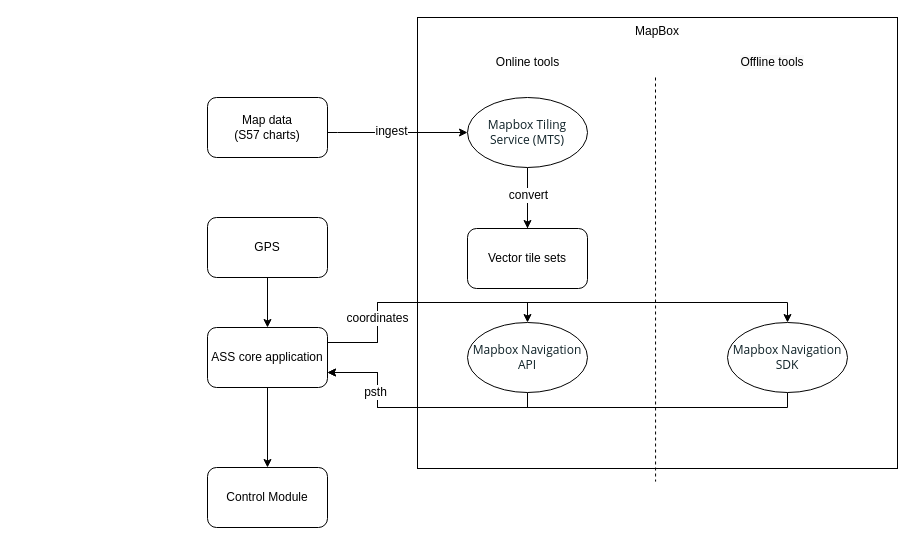
Before: page "Page-6" (6 of 6) of auto steering system design.drawio in Dawei-S/Da, a draw.io diagram. Source tidied: cells renumbered, new cells numbered last; positions are measured from the earlier drawing's top-left corner, leaving out a move shared by most shapes. Both pictures are drawn from the tidied source at 100%, with x=0, y=0 at pixel (207, 17).
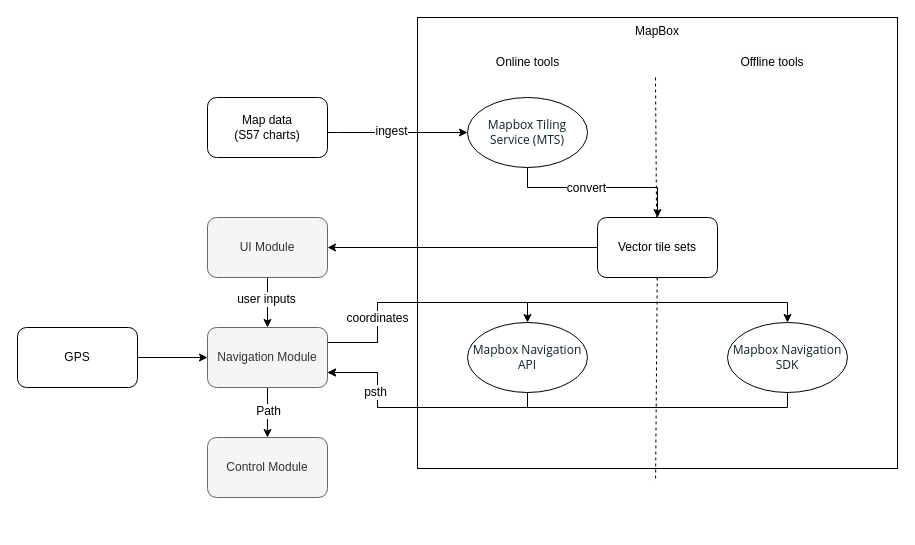
Above is the later version.

Unchanged cells that the change refers to:
```xml
<mxCell id="2" value="MapBox" style="rounded=0;whiteSpace=wrap;html=1;fontSize=12;verticalAlign=top;" parent="1" vertex="1">
  <mxGeometry x="210" width="480" height="451" as="geometry" />
</mxCell>
<mxCell id="10" value="&lt;span style=&quot;box-sizing: inherit; margin: 0px; padding: 0px; border: 0px; vertical-align: baseline; color: rgb(14, 33, 39); font-family: &amp;quot;Open Sans&amp;quot;, sans-serif; font-style: normal; font-variant-ligatures: normal; font-variant-caps: normal; letter-spacing: normal; orphans: 2; text-align: start; text-indent: 0px; text-transform: none; widows: 2; word-spacing: 0px; -webkit-text-stroke-width: 0px; text-decoration-thickness: initial; text-decoration-style: initial; text-decoration-color: initial;&quot;&gt;&lt;font style=&quot;font-size: 12px;&quot;&gt;Mapbox Tiling Service (MTS)&lt;/font&gt;&lt;/span&gt;" style="ellipse;whiteSpace=wrap;html=1;fontStyle=0;" parent="1" vertex="1">
  <mxGeometry x="260" y="80" width="120" height="70" as="geometry" />
</mxCell>
<mxCell id="15" style="edgeStyle=orthogonalEdgeStyle;rounded=0;jettySize=auto;html=1;fontSize=12;" parent="1" edge="1" source="16" target="25">
  <mxGeometry relative="1" as="geometry" />
</mxCell>
```

Diff of the diagram source:
```diff
@@
     <mxCell id="7" value="GPS" style="rounded=1;whiteSpace=wrap;html=1;" parent="1" vertex="1">
-      <mxGeometry y="200" width="120" height="60" as="geometry" />
+      <mxGeometry x="-190" y="310" width="120" height="60" as="geometry" />
     </mxCell>
-    <mxCell id="8" style="edgeStyle=orthogonalEdgeStyle;rounded=0;jettySize=auto;html=1;fontSize=12;" parent="1" edge="1" source="10" target="11">
+    <mxCell id="8" style="edgeStyle=orthogonalEdgeStyle;rounded=0;jettySize=auto;html=1;fontSize=12;entryX=0.5;entryY=0;entryDx=0;entryDy=0;" parent="1" edge="1" source="10" target="11">
       <mxGeometry relative="1" as="geometry">
         <Array as="points">
-          <mxPoint x="320" y="210" />
-          <mxPoint x="320" y="210" />
+          <mxPoint x="320" y="170" />
+          <mxPoint x="450" y="170" />
         </Array>
       </mxGeometry>
     </mxCell>
@@
-    <mxCell id="11" value="Vector tile sets" style="rounded=1;whiteSpace=wrap;html=1;" parent="1" vertex="1">
-      <mxGeometry x="260" y="211" width="120" height="60" as="geometry" />
-    </mxCell>
+    <mxCell id="26" style="edgeStyle=orthogonalEdgeStyle;rounded=0;jettySize=auto;html=1;entryX=1;entryY=0.5;entryDx=0;entryDy=0;fontSize=12;" parent="1" edge="1" source="11" target="30">
+      <mxGeometry relative="1" as="geometry" />
+    </mxCell>
@@
+    <mxCell id="27" value="Path" style="edgeLabel;html=1;align=center;verticalAlign=middle;fontSize=12;" parent="15" vertex="1">
+      <mxGeometry x="-0.08" relative="1" as="geometry" />
+    </mxCell>
-    <mxCell id="16" value="ASS core application" style="rounded=1;whiteSpace=wrap;html=1;" parent="1" vertex="1">
+    <mxCell id="16" value="Navigation Module" style="rounded=1;whiteSpace=wrap;html=1;fillColor=#f5f5f5;fontColor=#333333;strokeColor=#666666;" parent="1" vertex="1">
       <mxGeometry y="310" width="120" height="60" as="geometry" />
     </mxCell>
@@
-    <mxCell id="20" style="endArrow=none;dashed=1;html=1;rounded=0;fontSize=12;entryX=0.496;entryY=1.029;entryDx=0;entryDy=0;entryPerimeter=0;" parent="1" edge="1" target="2">
-      <mxGeometry relative="1" as="geometry">
-        <mxPoint x="448" y="60" as="sourcePoint" />
-      </mxGeometry>
+    <mxCell id="20" style="endArrow=none;dashed=1;html=1;rounded=0;fontSize=12;entryX=0.496;entryY=1.029;entryDx=0;entryDy=0;entryPerimeter=0;startArrow=none;" parent="1" edge="1" source="11" target="2">
+      <mxGeometry relative="1" as="geometry" />
     </mxCell>
@@
-    <mxCell id="25" value="Control Module" style="whiteSpace=wrap;html=1;rounded=1;" parent="1" vertex="1">
-      <mxGeometry y="450" width="120" height="60" as="geometry" />
+    <mxCell id="25" value="Control Module" style="whiteSpace=wrap;html=1;rounded=1;fillColor=#f5f5f5;fontColor=#333333;strokeColor=#666666;" parent="1" vertex="1">
+      <mxGeometry y="420" width="120" height="60" as="geometry" />
     </mxCell>
+    <mxCell id="28" style="edgeStyle=orthogonalEdgeStyle;rounded=0;jettySize=auto;html=1;fontSize=12;" parent="1" edge="1" source="30" target="16">
+      <mxGeometry relative="1" as="geometry" />
+    </mxCell>
+    <mxCell id="29" value="user inputs" style="edgeLabel;html=1;align=center;verticalAlign=middle;fontSize=12;" parent="28" vertex="1">
+      <mxGeometry x="-0.16" y="-2" relative="1" as="geometry" />
+    </mxCell>
+    <mxCell id="30" value="UI Module" style="rounded=1;whiteSpace=wrap;html=1;fillColor=#f5f5f5;fontColor=#333333;strokeColor=#666666;" parent="1" vertex="1">
+      <mxGeometry y="200" width="120" height="60" as="geometry" />
+    </mxCell>
+    <mxCell id="31" style="endArrow=none;dashed=1;html=1;rounded=0;fontSize=12;entryX=0.496;entryY=1.029;entryDx=0;entryDy=0;entryPerimeter=0;" parent="1" edge="1" target="11">
+      <mxGeometry relative="1" as="geometry">
+        <mxPoint x="448" y="60" as="sourcePoint" />
+      </mxGeometry>
+    </mxCell>
+    <mxCell id="11" value="Vector tile sets" style="rounded=1;whiteSpace=wrap;html=1;" parent="1" vertex="1">
+      <mxGeometry x="390" y="200" width="120" height="60" as="geometry" />
+    </mxCell>
```
